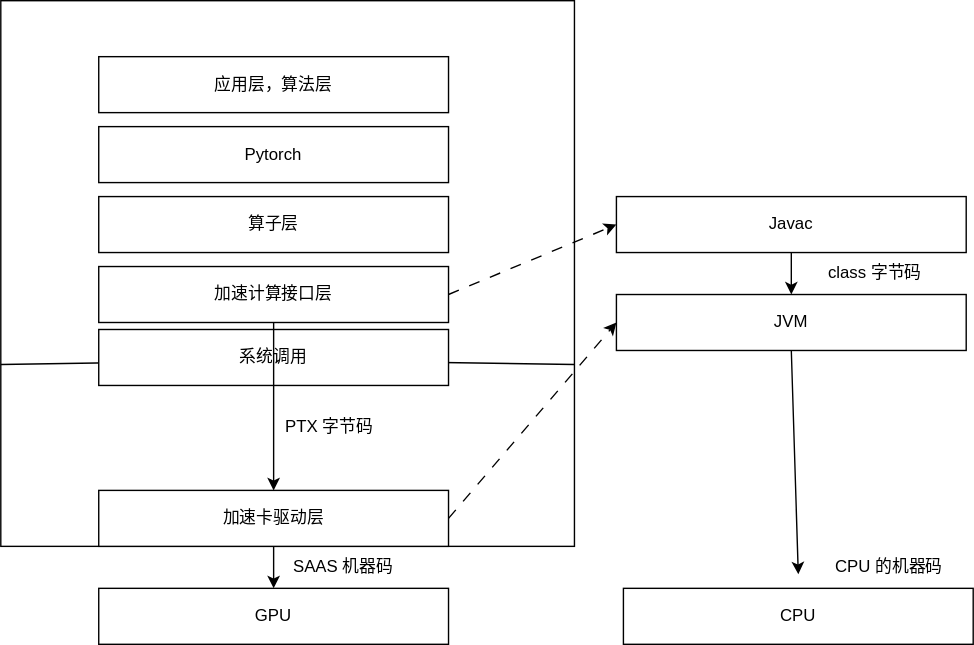
dingiv/dingiv.github.io keeps this draw.io diagram as src/ai/compute/compute.dio.svg. Above is the earlier version. Source tidied: cells renumbered, new cells last; positions are measured from the earlier drawing's top-left corner, leaving out a move shared by most shapes.
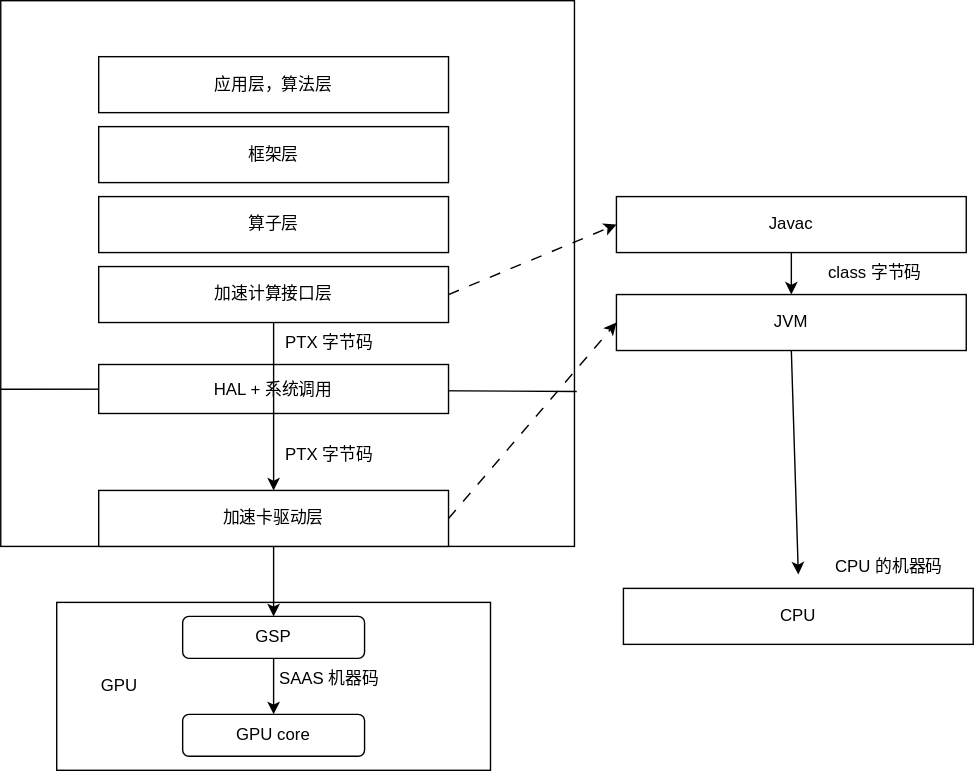
Later version of the same file.

Commit message:
add compute api

Diff of the diagram source:
```diff
@@ -5,18 +5,14 @@
     <mxCell id="2" style="rounded=0;whiteSpace=wrap;html=1;" parent="1" vertex="1">
       <mxGeometry width="410" height="390" as="geometry" />
     </mxCell>
-    <mxCell id="3" style="endArrow=none;html=1;exitX=0;exitY=0.5;exitDx=0;exitDy=0;" parent="1" edge="1" source="5">
-      <mxGeometry relative="1" as="geometry">
-        <mxPoint x="410" y="260" as="targetPoint" />
-      </mxGeometry>
+    <mxCell id="3" style="endArrow=none;html=1;exitX=0;exitY=0.5;exitDx=0;exitDy=0;entryX=1.004;entryY=0.716;entryDx=0;entryDy=0;entryPerimeter=0;" parent="1" edge="1" source="5" target="2">
+      <mxGeometry relative="1" as="geometry" />
     </mxCell>
-    <mxCell id="4" style="endArrow=none;html=1;entryX=1;entryY=0.5;entryDx=0;entryDy=0;exitX=0;exitY=0.5;exitDx=0;exitDy=0;" parent="1" edge="1" target="5">
-      <mxGeometry relative="1" as="geometry">
-        <mxPoint y="260" as="sourcePoint" />
-      </mxGeometry>
+    <mxCell id="4" style="endArrow=none;html=1;entryX=1;entryY=0.5;entryDx=0;entryDy=0;exitX=0;exitY=0.712;exitDx=0;exitDy=0;exitPerimeter=0;" parent="1" edge="1" source="2" target="5">
+      <mxGeometry relative="1" as="geometry" />
     </mxCell>
-    <mxCell id="5" value="系统调用" style="rounded=0;whiteSpace=wrap;html=1;" parent="1" vertex="1">
-      <mxGeometry x="70" y="235" width="250" height="40" as="geometry" />
+    <mxCell id="5" value="HAL + 系统调用" style="rounded=0;whiteSpace=wrap;html=1;" parent="1" vertex="1">
+      <mxGeometry x="70" y="260" width="250" height="35" as="geometry" />
     </mxCell>
     <mxCell id="6" style="edgeStyle=none;html=1;exitX=1;exitY=0.5;exitDx=0;exitDy=0;entryX=0;entryY=0.5;entryDx=0;entryDy=0;dashed=1;dashPattern=8 8;" parent="1" edge="1" source="7" target="16">
       <mxGeometry relative="1" as="geometry" />
@@ -27,7 +23,7 @@
     <mxCell id="8" value="算子层" style="rounded=0;whiteSpace=wrap;html=1;" parent="1" vertex="1">
       <mxGeometry x="70" y="140" width="250" height="40" as="geometry" />
     </mxCell>
-    <mxCell id="9" value="Pytorch" style="rounded=0;whiteSpace=wrap;html=1;" parent="1" vertex="1">
+    <mxCell id="9" value="框架层" style="rounded=0;whiteSpace=wrap;html=1;" parent="1" vertex="1">
       <mxGeometry x="70" y="90" width="250" height="40" as="geometry" />
     </mxCell>
     <mxCell id="10" value="应用层，算法层" style="rounded=0;whiteSpace=wrap;html=1;" parent="1" vertex="1">
@@ -36,14 +32,11 @@
     <mxCell id="11" style="edgeStyle=none;html=1;exitX=1;exitY=0.5;exitDx=0;exitDy=0;entryX=0;entryY=0.5;entryDx=0;entryDy=0;dashed=1;dashPattern=8 8;" parent="1" edge="1" source="13" target="18">
       <mxGeometry relative="1" as="geometry" />
     </mxCell>
-    <mxCell id="12" style="edgeStyle=none;html=1;exitX=0.5;exitY=1;exitDx=0;exitDy=0;entryX=0.5;entryY=0;entryDx=0;entryDy=0;" parent="1" edge="1" source="13" target="14">
-      <mxGeometry relative="1" as="geometry" />
-    </mxCell>
     <mxCell id="13" value="加速卡驱动层" style="rounded=0;whiteSpace=wrap;html=1;" parent="1" vertex="1">
       <mxGeometry x="70" y="350" width="250" height="40" as="geometry" />
     </mxCell>
-    <mxCell id="14" value="GPU" style="rounded=0;whiteSpace=wrap;html=1;" parent="1" vertex="1">
-      <mxGeometry x="70" y="420" width="250" height="40" as="geometry" />
+    <mxCell id="14" style="rounded=0;whiteSpace=wrap;html=1;" parent="1" vertex="1">
+      <mxGeometry x="40" y="430" width="310" height="120" as="geometry" />
     </mxCell>
     <mxCell id="15" style="edgeStyle=none;html=1;exitX=0.5;exitY=1;exitDx=0;exitDy=0;" parent="1" edge="1" source="16" target="18">
       <mxGeometry relative="1" as="geometry" />
@@ -72,10 +65,28 @@
       <mxGeometry relative="1" as="geometry" />
     </mxCell>
     <mxCell id="23" value="PTX 字节码" style="text;html=1;align=center;verticalAlign=middle;whiteSpace=wrap;rounded=0;" parent="1" vertex="1">
-      <mxGeometry x="180" y="290" width="110" height="30" as="geometry" />
+      <mxGeometry x="180" y="230" width="110" height="30" as="geometry" />
     </mxCell>
     <mxCell id="24" value="SAAS 机器码" style="text;html=1;align=center;verticalAlign=middle;whiteSpace=wrap;rounded=0;" parent="1" vertex="1">
-      <mxGeometry x="190" y="390" width="110" height="30" as="geometry" />
+      <mxGeometry x="180" y="470" width="110" height="30" as="geometry" />
     </mxCell>
+    <mxCell id="25" value="PTX 字节码" style="text;html=1;align=center;verticalAlign=middle;whiteSpace=wrap;rounded=0;" parent="1" vertex="1">
+      <mxGeometry x="180" y="310" width="110" height="30" as="geometry" />
+    </mxCell>
+    <mxCell id="26" style="edgeStyle=none;html=1;exitX=0.5;exitY=1;exitDx=0;exitDy=0;entryX=0.5;entryY=0;entryDx=0;entryDy=0;" parent="1" edge="1" source="27" target="28">
+      <mxGeometry relative="1" as="geometry" />
+    </mxCell>
+    <mxCell id="27" value="GSP" style="rounded=1;whiteSpace=wrap;html=1;" parent="1" vertex="1">
+      <mxGeometry x="130" y="440" width="130" height="30" as="geometry" />
+    </mxCell>
+    <mxCell id="28" value="GPU core" style="rounded=1;whiteSpace=wrap;html=1;" parent="1" vertex="1">
+      <mxGeometry x="130" y="510" width="130" height="30" as="geometry" />
+    </mxCell>
+    <mxCell id="29" value="GPU" style="text;html=1;align=center;verticalAlign=middle;whiteSpace=wrap;rounded=0;" parent="1" vertex="1">
+      <mxGeometry x="30" y="475" width="110" height="30" as="geometry" />
+    </mxCell>
+    <mxCell id="12" style="edgeStyle=none;html=1;exitX=0.5;exitY=1;exitDx=0;exitDy=0;entryX=0.5;entryY=0;entryDx=0;entryDy=0;" parent="1" edge="1" source="13" target="27">
+      <mxGeometry relative="1" as="geometry" />
+    </mxCell>
   </root>
 </mxGraphModel>
```
